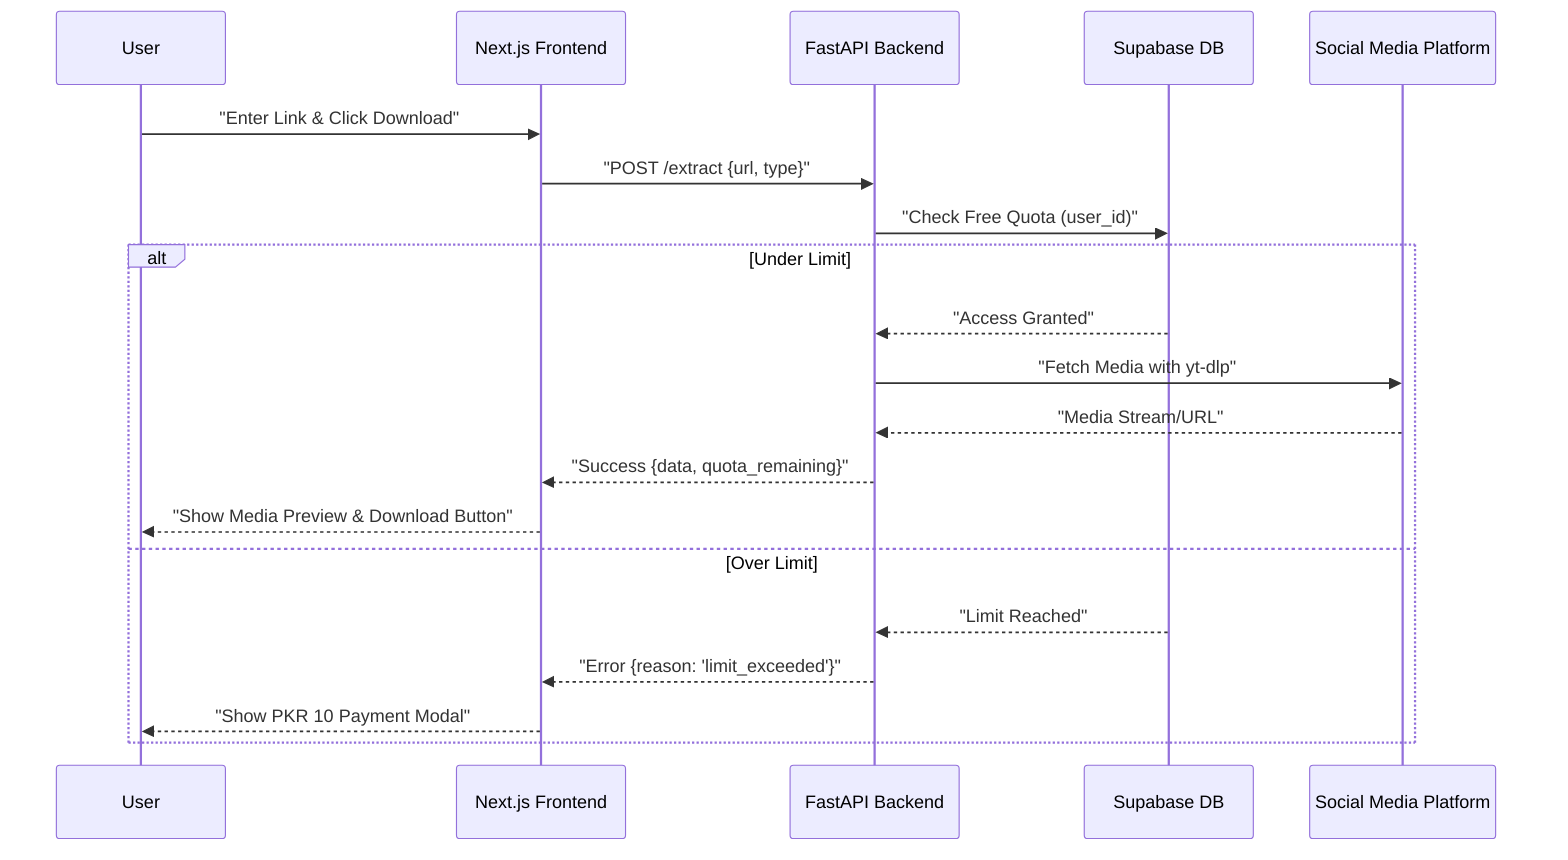
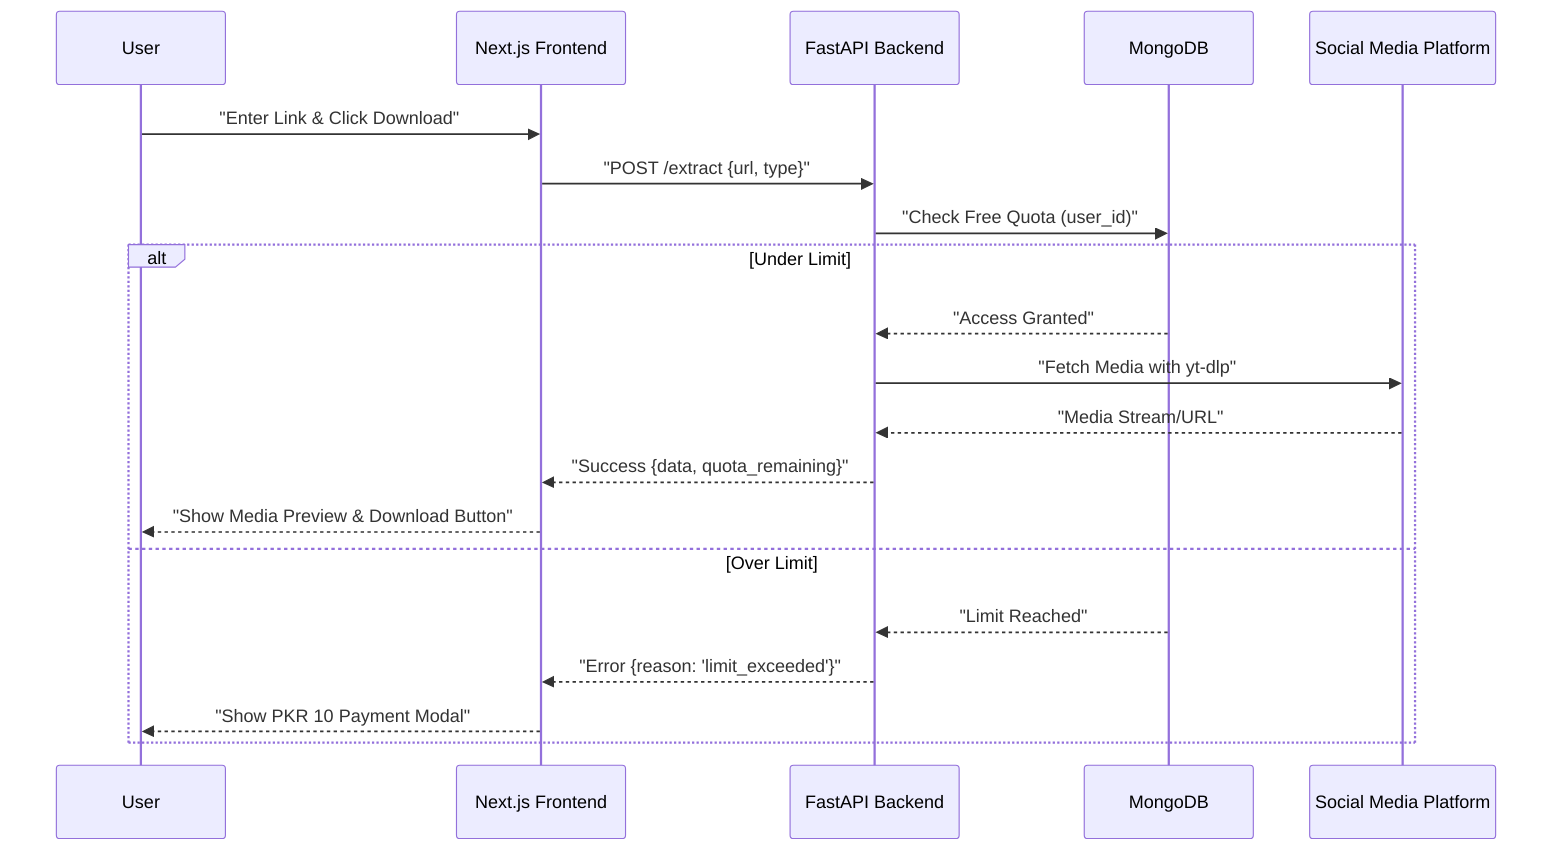
sequenceDiagram
    participant U as User
    participant F as Next.js Frontend
    participant B as FastAPI Backend
-     participant DB as Supabase DB
+     participant DB as MongoDB
    participant SM as Social Media Platform

    U->>F: "Enter Link & Click Download"
    F->>B: "POST /extract {url, type}"
    B->>DB: "Check Free Quota (user_id)"

    alt Under Limit
        DB-->>B: "Access Granted"
        B->>SM: "Fetch Media with yt-dlp"
        SM-->>B: "Media Stream/URL"
        B-->>F: "Success {data, quota_remaining}"
        F-->>U: "Show Media Preview & Download Button"
    else Over Limit
        DB-->>B: "Limit Reached"
        B-->>F: "Error {reason: 'limit_exceeded'}"
        F-->>U: "Show PKR 10 Payment Modal"
    end
